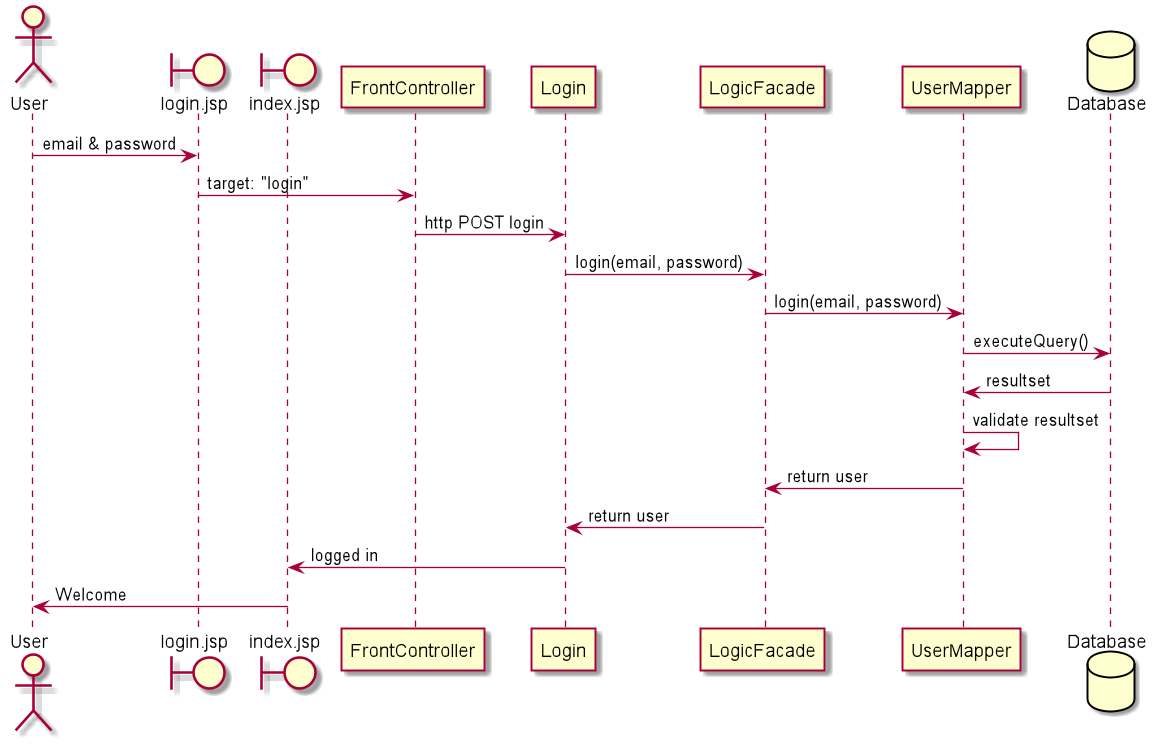
This is UML/SequenceLogin.png from olvang/CupCakeProjekt, a PlantUML export, as it was before one commit. Its diagram source:
```plantuml
@startuml
actor "User" as user
boundary "login.jsp" as login
boundary "index.jsp" as index
participant "FrontController" as front
participant "Login" as Login
participant "LogicFacade" as LF
participant "UserMapper" as usermapper
database "Database" as database

user -> login : email & password
login -> front : target: "login"
front -> Login : http POST login
Login -> LF : login(email, password)
LF -> usermapper : login(email, password)
usermapper -> database: executeQuery()
database -> usermapper: resultset
usermapper -> usermapper: validate resultset
usermapper -> LF : return user
LF -> Login : return user
Login -> index : logged in
index -> user : Welcome
@enduml
```
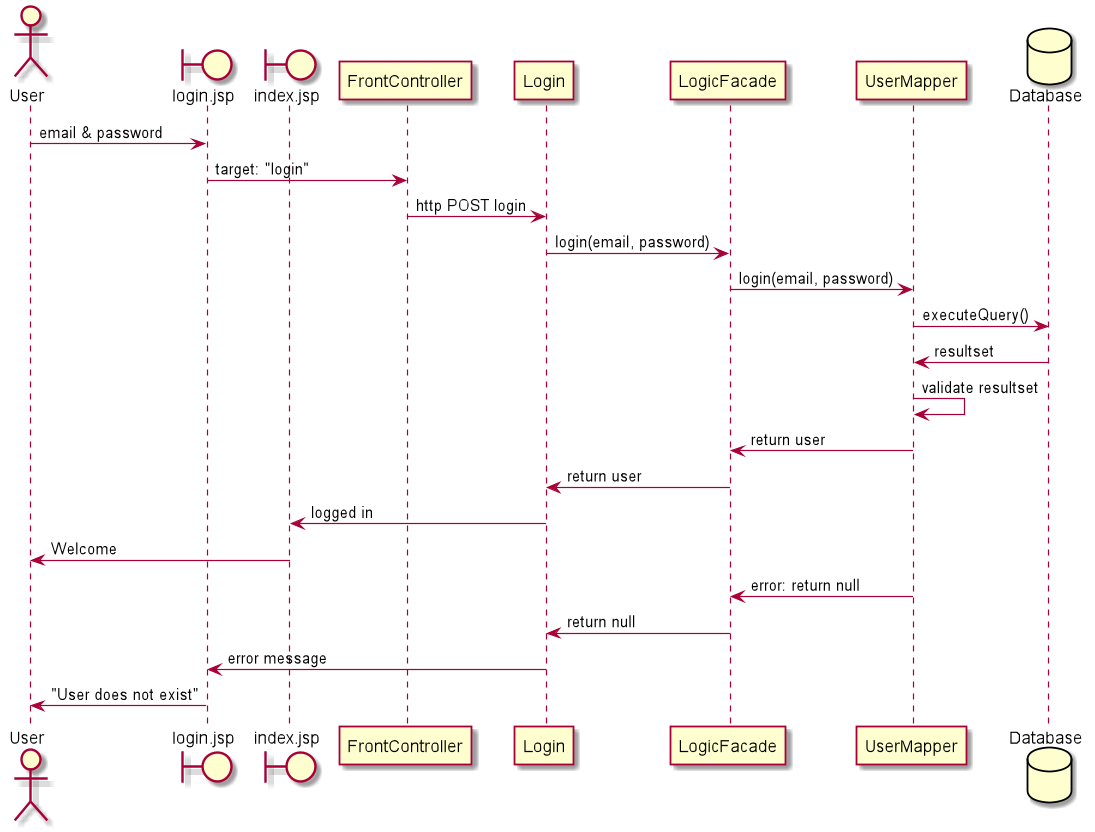
Above is the later version.

Commit message:
added rapport, updated sequencediagram

The edit, as a diff of the source:
```diff
@@ -16,8 +16,15 @@
 usermapper -> database: executeQuery()
 database -> usermapper: resultset
 usermapper -> usermapper: validate resultset
+
 usermapper -> LF : return user
 LF -> Login : return user
 Login -> index : logged in
 index -> user : Welcome
+
+
+usermapper -> LF : error: return null
+LF -> Login : return null
+Login -> login : error message
+login -> user : "User does not exist"
 @enduml
```
